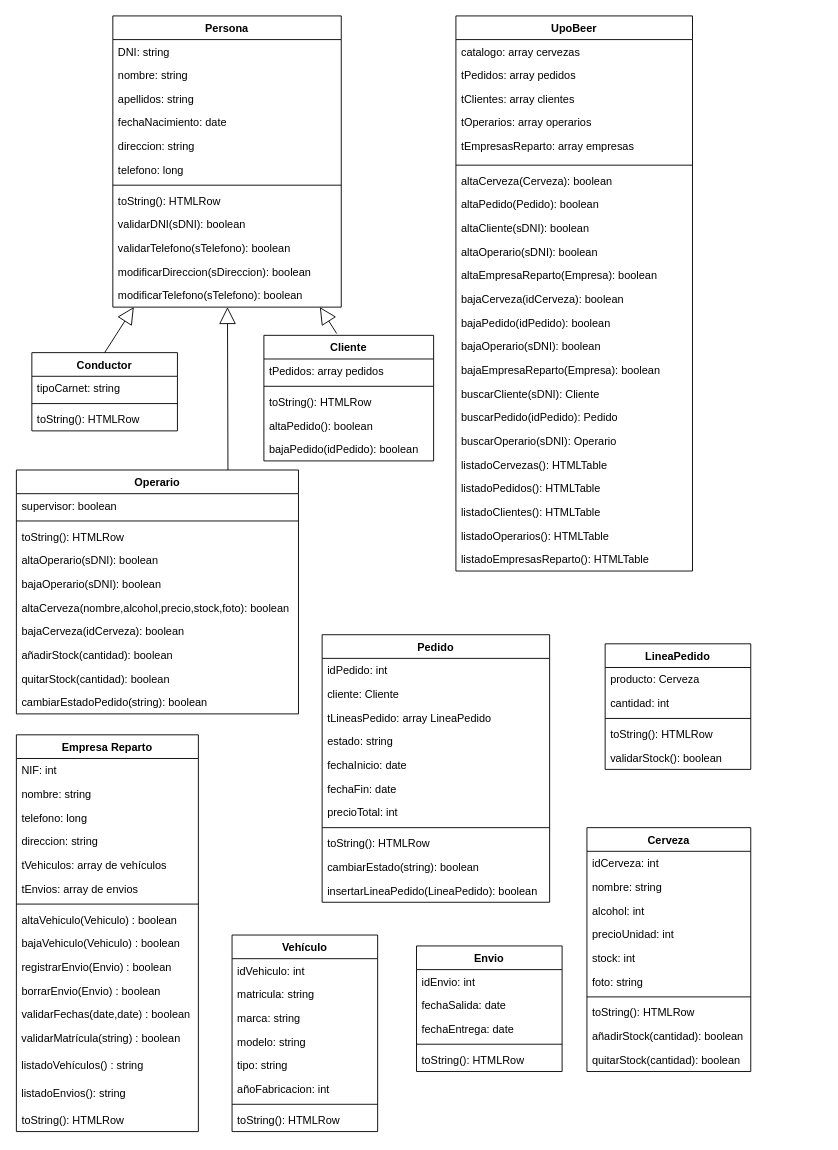
The draw.io diagram Untitled Diagram.drawio in iandreafh/UpoBeer, before the edit. Source tidied: cells renumbered, new cells numbered last; positions are measured from the earlier drawing's top-left corner, leaving out a move shared by most shapes. Both pictures are drawn from the tidied source at 91%, with x=0, y=0 at pixel (15, 15).
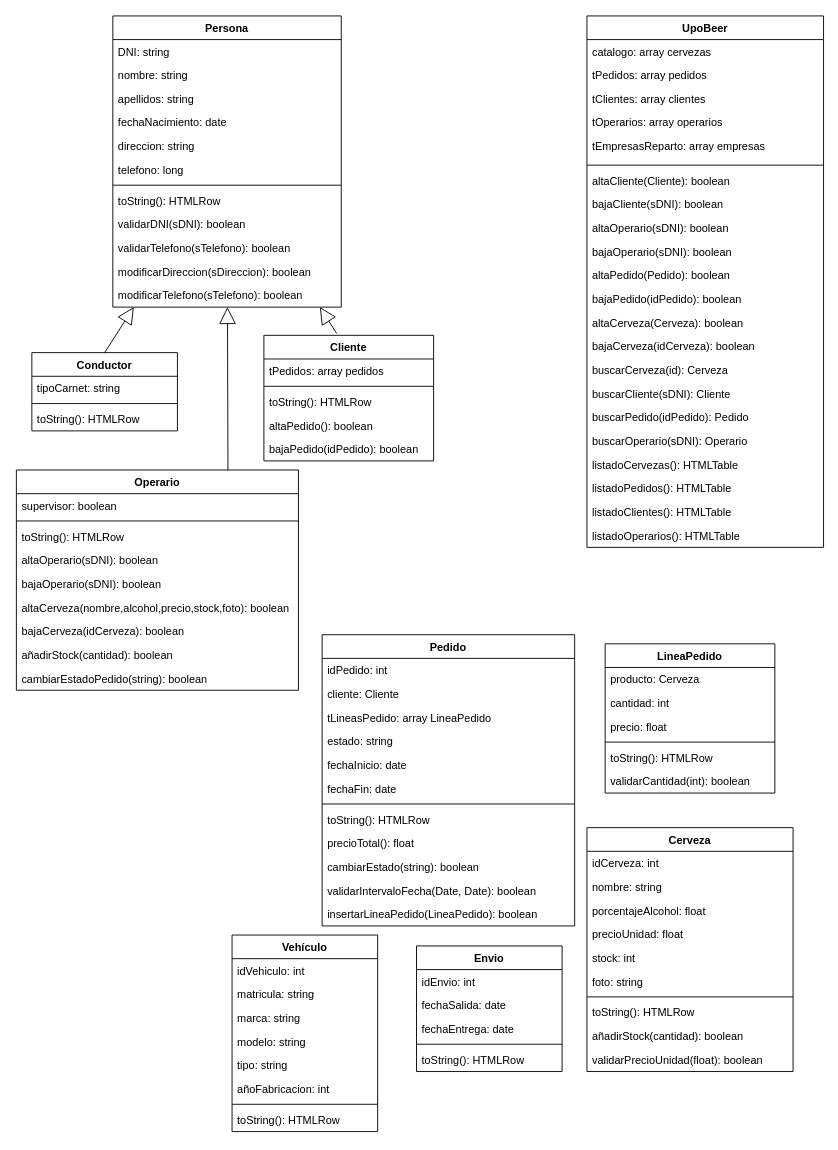
The same diagram, later.

Change to the diagram source:
```diff
@@
     <mxCell id="9" value="Pedido" style="swimlane;fontStyle=1;align=center;verticalAlign=top;horizontal=1;startSize=26;" parent="1" vertex="1">
-      <mxGeometry x="336.5" y="680" width="250" height="294" as="geometry" />
+      <mxGeometry x="336.5" y="680" width="277.5" height="320" as="geometry" />
     </mxCell>
     <mxCell id="10" value="idPedido: int" style="text;strokeColor=none;fillColor=none;align=left;verticalAlign=top;spacingLeft=4;spacingRight=4;overflow=hidden;" parent="9" vertex="1">
-      <mxGeometry y="26" width="250" height="26" as="geometry" />
+      <mxGeometry y="26" width="277.5" height="26" as="geometry" />
     </mxCell>
     <mxCell id="11" value="cliente: Cliente" style="text;strokeColor=none;fillColor=none;align=left;verticalAlign=top;spacingLeft=4;spacingRight=4;overflow=hidden;" parent="9" vertex="1">
-      <mxGeometry y="52" width="250" height="26" as="geometry" />
+      <mxGeometry y="52" width="277.5" height="26" as="geometry" />
     </mxCell>
     <mxCell id="12" value="tLineasPedido: array LineaPedido" style="text;strokeColor=none;fillColor=none;align=left;verticalAlign=top;spacingLeft=4;spacingRight=4;overflow=hidden;" parent="9" vertex="1">
-      <mxGeometry y="78" width="250" height="26" as="geometry" />
+      <mxGeometry y="78" width="277.5" height="26" as="geometry" />
     </mxCell>
     <mxCell id="13" value="estado: string" style="text;strokeColor=none;fillColor=none;align=left;verticalAlign=top;spacingLeft=4;spacingRight=4;overflow=hidden;" parent="9" vertex="1">
-      <mxGeometry y="104" width="250" height="26" as="geometry" />
+      <mxGeometry y="104" width="277.5" height="26" as="geometry" />
     </mxCell>
     <mxCell id="14" value="fechaInicio: date" style="text;strokeColor=none;fillColor=none;align=left;verticalAlign=top;spacingLeft=4;spacingRight=4;overflow=hidden;" parent="9" vertex="1">
-      <mxGeometry y="130" width="250" height="26" as="geometry" />
+      <mxGeometry y="130" width="277.5" height="26" as="geometry" />
     </mxCell>
     <mxCell id="15" value="fechaFin: date" style="text;strokeColor=none;fillColor=none;align=left;verticalAlign=top;spacingLeft=4;spacingRight=4;overflow=hidden;" parent="9" vertex="1">
-      <mxGeometry y="156" width="250" height="26" as="geometry" />
+      <mxGeometry y="156" width="277.5" height="26" as="geometry" />
     </mxCell>
-    <mxCell id="16" value="precioTotal: int" style="text;strokeColor=none;fillColor=none;align=left;verticalAlign=top;spacingLeft=4;spacingRight=4;overflow=hidden;" parent="9" vertex="1">
-      <mxGeometry y="182" width="250" height="26" as="geometry" />
-    </mxCell>
     <mxCell id="17" style="line;strokeWidth=1;fillColor=none;align=left;verticalAlign=middle;spacingTop=-1;spacingLeft=3;spacingRight=3;labelPosition=right;" parent="9" vertex="1">
-      <mxGeometry y="208" width="250" height="8" as="geometry" />
+      <mxGeometry y="182" width="277.5" height="8" as="geometry" />
     </mxCell>
     <mxCell id="18" value="toString(): HTMLRow" style="text;strokeColor=none;fillColor=none;align=left;verticalAlign=top;spacingLeft=4;spacingRight=4;overflow=hidden;" parent="9" vertex="1">
-      <mxGeometry y="216" width="250" height="26" as="geometry" />
+      <mxGeometry y="190" width="277.5" height="26" as="geometry" />
     </mxCell>
+    <mxCell id="16" value="precioTotal(): float" style="text;strokeColor=none;fillColor=none;align=left;verticalAlign=top;spacingLeft=4;spacingRight=4;overflow=hidden;" parent="9" vertex="1">
+      <mxGeometry y="216" width="277.5" height="26" as="geometry" />
+    </mxCell>
     <mxCell id="19" value="cambiarEstado(string): boolean" style="text;strokeColor=none;fillColor=none;align=left;verticalAlign=top;spacingLeft=4;spacingRight=4;overflow=hidden;" parent="9" vertex="1">
-      <mxGeometry y="242" width="250" height="26" as="geometry" />
+      <mxGeometry y="242" width="277.5" height="26" as="geometry" />
     </mxCell>
+    <mxCell id="124" value="validarIntervaloFecha(Date, Date): boolean" style="text;strokeColor=none;fillColor=none;align=left;verticalAlign=top;spacingLeft=4;spacingRight=4;overflow=hidden;" parent="9" vertex="1">
+      <mxGeometry y="268" width="277.5" height="26" as="geometry" />
+    </mxCell>
     <mxCell id="20" value="insertarLineaPedido(LineaPedido): boolean" style="text;strokeColor=none;fillColor=none;align=left;verticalAlign=top;spacingLeft=4;spacingRight=4;overflow=hidden;" parent="9" vertex="1">
-      <mxGeometry y="268" width="250" height="26" as="geometry" />
+      <mxGeometry y="294" width="277.5" height="26" as="geometry" />
     </mxCell>
     <mxCell id="21" value="UpoBeer" style="swimlane;fontStyle=1;align=center;verticalAlign=top;horizontal=1;startSize=26;" parent="1" vertex="1">
-      <mxGeometry x="483.5" width="260" height="610" as="geometry" />
+      <mxGeometry x="627.5" width="260" height="584" as="geometry" />
     </mxCell>
@@
+    <mxCell id="30" value="altaCliente(Cliente): boolean" style="text;strokeColor=none;fillColor=none;align=left;verticalAlign=top;spacingLeft=4;spacingRight=4;overflow=hidden;" parent="21" vertex="1">
+      <mxGeometry y="168" width="260" height="26" as="geometry" />
+    </mxCell>
+    <mxCell id="125" value="bajaCliente(sDNI): boolean" style="text;strokeColor=none;fillColor=none;align=left;verticalAlign=top;spacingLeft=4;spacingRight=4;overflow=hidden;" parent="21" vertex="1">
+      <mxGeometry y="194" width="260" height="26" as="geometry" />
+    </mxCell>
+    <mxCell id="31" value="altaOperario(sDNI): boolean" style="text;strokeColor=none;fillColor=none;align=left;verticalAlign=top;spacingLeft=4;spacingRight=4;overflow=hidden;" parent="21" vertex="1">
+      <mxGeometry y="220" width="260" height="26" as="geometry" />
+    </mxCell>
+    <mxCell id="35" value="bajaOperario(sDNI): boolean" style="text;strokeColor=none;fillColor=none;align=left;verticalAlign=top;spacingLeft=4;spacingRight=4;overflow=hidden;" parent="21" vertex="1">
+      <mxGeometry y="246" width="260" height="26" as="geometry" />
+    </mxCell>
+    <mxCell id="29" value="altaPedido(Pedido): boolean" style="text;strokeColor=none;fillColor=none;align=left;verticalAlign=top;spacingLeft=4;spacingRight=4;overflow=hidden;" parent="21" vertex="1">
+      <mxGeometry y="272" width="260" height="26" as="geometry" />
+    </mxCell>
+    <mxCell id="34" value="bajaPedido(idPedido): boolean" style="text;strokeColor=none;fillColor=none;align=left;verticalAlign=top;spacingLeft=4;spacingRight=4;overflow=hidden;" parent="21" vertex="1">
+      <mxGeometry y="298" width="260" height="26" as="geometry" />
+    </mxCell>
     <mxCell id="28" value="altaCerveza(Cerveza): boolean" style="text;strokeColor=none;fillColor=none;align=left;verticalAlign=top;spacingLeft=4;spacingRight=4;overflow=hidden;" parent="21" vertex="1">
-      <mxGeometry y="168" width="260" height="26" as="geometry" />
+      <mxGeometry y="324" width="260" height="26" as="geometry" />
     </mxCell>
-    <mxCell id="29" value="altaPedido(Pedido): boolean" style="text;strokeColor=none;fillColor=none;align=left;verticalAlign=top;spacingLeft=4;spacingRight=4;overflow=hidden;" parent="21" vertex="1">
-      <mxGeometry y="194" width="260" height="26" as="geometry" />
-    </mxCell>
-    <mxCell id="30" value="altaCliente(sDNI): boolean" style="text;strokeColor=none;fillColor=none;align=left;verticalAlign=top;spacingLeft=4;spacingRight=4;overflow=hidden;" parent="21" vertex="1">
-      <mxGeometry y="220" width="260" height="26" as="geometry" />
-    </mxCell>
-    <mxCell id="31" value="altaOperario(sDNI): boolean" style="text;strokeColor=none;fillColor=none;align=left;verticalAlign=top;spacingLeft=4;spacingRight=4;overflow=hidden;" parent="21" vertex="1">
-      <mxGeometry y="246" width="260" height="26" as="geometry" />
-    </mxCell>
-    <mxCell id="32" value="altaEmpresaReparto(Empresa): boolean" style="text;strokeColor=none;fillColor=none;align=left;verticalAlign=top;spacingLeft=4;spacingRight=4;overflow=hidden;" parent="21" vertex="1">
-      <mxGeometry y="272" width="260" height="26" as="geometry" />
-    </mxCell>
     <mxCell id="33" value="bajaCerveza(idCerveza): boolean" style="text;strokeColor=none;fillColor=none;align=left;verticalAlign=top;spacingLeft=4;spacingRight=4;overflow=hidden;" parent="21" vertex="1">
-      <mxGeometry y="298" width="260" height="26" as="geometry" />
+      <mxGeometry y="350" width="260" height="26" as="geometry" />
     </mxCell>
-    <mxCell id="34" value="bajaPedido(idPedido): boolean" style="text;strokeColor=none;fillColor=none;align=left;verticalAlign=top;spacingLeft=4;spacingRight=4;overflow=hidden;" parent="21" vertex="1">
-      <mxGeometry y="324" width="260" height="26" as="geometry" />
-    </mxCell>
-    <mxCell id="35" value="bajaOperario(sDNI): boolean" style="text;strokeColor=none;fillColor=none;align=left;verticalAlign=top;spacingLeft=4;spacingRight=4;overflow=hidden;" parent="21" vertex="1">
-      <mxGeometry y="350" width="260" height="26" as="geometry" />
-    </mxCell>
-    <mxCell id="36" value="bajaEmpresaReparto(Empresa): boolean" style="text;strokeColor=none;fillColor=none;align=left;verticalAlign=top;spacingLeft=4;spacingRight=4;overflow=hidden;" parent="21" vertex="1">
-      <mxGeometry y="376" width="260" height="26" as="geometry" />
-    </mxCell>
+    <mxCell id="126" value="buscarCerveza(id): Cerveza" style="text;strokeColor=none;fillColor=none;align=left;verticalAlign=top;spacingLeft=4;spacingRight=4;overflow=hidden;" parent="21" vertex="1">
+      <mxGeometry y="376" width="260" height="26" as="geometry" />
+    </mxCell>
@@
-    <mxCell id="44" value="listadoEmpresasReparto(): HTMLTable" style="text;strokeColor=none;fillColor=none;align=left;verticalAlign=top;spacingLeft=4;spacingRight=4;overflow=hidden;" parent="21" vertex="1">
-      <mxGeometry y="584" width="260" height="26" as="geometry" />
-    </mxCell>
     <mxCell id="45" value="Cerveza" style="swimlane;fontStyle=1;align=center;verticalAlign=top;horizontal=1;startSize=26;" parent="1" vertex="1">
-      <mxGeometry x="627.5" y="892" width="180" height="268" as="geometry" />
+      <mxGeometry x="627.5" y="892" width="226.5" height="268" as="geometry" />
     </mxCell>
     <mxCell id="46" value="idCerveza: int" style="text;strokeColor=none;fillColor=none;align=left;verticalAlign=top;spacingLeft=4;spacingRight=4;overflow=hidden;" parent="45" vertex="1">
-      <mxGeometry y="26" width="180" height="26" as="geometry" />
+      <mxGeometry y="26" width="226.5" height="26" as="geometry" />
     </mxCell>
     <mxCell id="47" value="nombre: string" style="text;strokeColor=none;fillColor=none;align=left;verticalAlign=top;spacingLeft=4;spacingRight=4;overflow=hidden;" parent="45" vertex="1">
-      <mxGeometry y="52" width="180" height="26" as="geometry" />
+      <mxGeometry y="52" width="226.5" height="26" as="geometry" />
     </mxCell>
-    <mxCell id="48" value="alcohol: int" style="text;strokeColor=none;fillColor=none;align=left;verticalAlign=top;spacingLeft=4;spacingRight=4;overflow=hidden;" parent="45" vertex="1">
-      <mxGeometry y="78" width="180" height="26" as="geometry" />
+    <mxCell id="48" value="porcentajeAlcohol: float" style="text;strokeColor=none;fillColor=none;align=left;verticalAlign=top;spacingLeft=4;spacingRight=4;overflow=hidden;" parent="45" vertex="1">
+      <mxGeometry y="78" width="226.5" height="26" as="geometry" />
     </mxCell>
-    <mxCell id="49" value="precioUnidad: int" style="text;strokeColor=none;fillColor=none;align=left;verticalAlign=top;spacingLeft=4;spacingRight=4;overflow=hidden;" parent="45" vertex="1">
-      <mxGeometry y="104" width="180" height="26" as="geometry" />
+    <mxCell id="49" value="precioUnidad: float" style="text;strokeColor=none;fillColor=none;align=left;verticalAlign=top;spacingLeft=4;spacingRight=4;overflow=hidden;" parent="45" vertex="1">
+      <mxGeometry y="104" width="226.5" height="26" as="geometry" />
     </mxCell>
     <mxCell id="50" value="stock: int" style="text;strokeColor=none;fillColor=none;align=left;verticalAlign=top;spacingLeft=4;spacingRight=4;overflow=hidden;" parent="45" vertex="1">
-      <mxGeometry y="130" width="180" height="26" as="geometry" />
+      <mxGeometry y="130" width="226.5" height="26" as="geometry" />
     </mxCell>
     <mxCell id="51" value="foto: string" style="text;strokeColor=none;fillColor=none;align=left;verticalAlign=top;spacingLeft=4;spacingRight=4;overflow=hidden;" parent="45" vertex="1">
-      <mxGeometry y="156" width="180" height="26" as="geometry" />
+      <mxGeometry y="156" width="226.5" height="26" as="geometry" />
     </mxCell>
     <mxCell id="52" style="line;strokeWidth=1;fillColor=none;align=left;verticalAlign=middle;spacingTop=-1;spacingLeft=3;spacingRight=3;labelPosition=right;" parent="45" vertex="1">
-      <mxGeometry y="182" width="180" height="8" as="geometry" />
+      <mxGeometry y="182" width="226.5" height="8" as="geometry" />
     </mxCell>
     <mxCell id="53" value="toString(): HTMLRow" style="text;strokeColor=none;fillColor=none;align=left;verticalAlign=top;spacingLeft=4;spacingRight=4;overflow=hidden;" parent="45" vertex="1">
-      <mxGeometry y="190" width="180" height="26" as="geometry" />
+      <mxGeometry y="190" width="226.5" height="26" as="geometry" />
     </mxCell>
     <mxCell id="54" value="añadirStock(cantidad): boolean" style="text;strokeColor=none;fillColor=none;align=left;verticalAlign=top;spacingLeft=4;spacingRight=4;overflow=hidden;" parent="45" vertex="1">
-      <mxGeometry y="216" width="180" height="26" as="geometry" />
+      <mxGeometry y="216" width="226.5" height="26" as="geometry" />
     </mxCell>
-    <mxCell id="55" value="quitarStock(cantidad): boolean" style="text;strokeColor=none;fillColor=none;align=left;verticalAlign=top;spacingLeft=4;spacingRight=4;overflow=hidden;" parent="45" vertex="1">
-      <mxGeometry y="242" width="180" height="26" as="geometry" />
+    <mxCell id="55" value="validarPrecioUnidad(float): boolean" style="text;strokeColor=none;fillColor=none;align=left;verticalAlign=top;spacingLeft=4;spacingRight=4;overflow=hidden;" parent="45" vertex="1">
+      <mxGeometry y="242" width="226.5" height="26" as="geometry" />
     </mxCell>
     <mxCell id="56" value="Operario" style="swimlane;fontStyle=1;align=center;verticalAlign=top;horizontal=1;startSize=26;" parent="1" vertex="1">
-      <mxGeometry x="0.5" y="499" width="310" height="268" as="geometry" />
+      <mxGeometry x="0.5" y="499" width="310" height="242" as="geometry" />
     </mxCell>
@@
-    <mxCell id="65" value="quitarStock(cantidad): boolean" style="text;strokeColor=none;fillColor=none;align=left;verticalAlign=top;spacingLeft=4;spacingRight=4;overflow=hidden;" parent="56" vertex="1">
-      <mxGeometry y="216" width="310" height="26" as="geometry" />
-    </mxCell>
     <mxCell id="66" value="cambiarEstadoPedido(string): boolean" style="text;strokeColor=none;fillColor=none;align=left;verticalAlign=top;spacingLeft=4;spacingRight=4;overflow=hidden;" parent="56" vertex="1">
-      <mxGeometry y="242" width="310" height="26" as="geometry" />
+      <mxGeometry y="216" width="310" height="26" as="geometry" />
     </mxCell>
@@
-    <mxCell id="71" value="Empresa Reparto" style="swimlane;fontStyle=1;align=center;verticalAlign=top;horizontal=1;startSize=26;" parent="1" vertex="1">
-      <mxGeometry x="0.5" y="790" width="200" height="436" as="geometry" />
-    </mxCell>
-    <mxCell id="72" value="NIF: int" style="text;strokeColor=none;fillColor=none;align=left;verticalAlign=top;spacingLeft=4;spacingRight=4;overflow=hidden;" parent="71" vertex="1">
-      <mxGeometry y="26" width="200" height="26" as="geometry" />
-    </mxCell>
-    <mxCell id="73" value="nombre: string" style="text;strokeColor=none;fillColor=none;align=left;verticalAlign=top;spacingLeft=4;spacingRight=4;overflow=hidden;" parent="71" vertex="1">
-      <mxGeometry y="52" width="200" height="26" as="geometry" />
-    </mxCell>
-    <mxCell id="74" value="telefono: long" style="text;strokeColor=none;fillColor=none;align=left;verticalAlign=top;spacingLeft=4;spacingRight=4;overflow=hidden;" parent="71" vertex="1">
-      <mxGeometry y="78" width="200" height="26" as="geometry" />
-    </mxCell>
-    <mxCell id="75" value="direccion: string" style="text;strokeColor=none;fillColor=none;align=left;verticalAlign=top;spacingLeft=4;spacingRight=4;overflow=hidden;" parent="71" vertex="1">
-      <mxGeometry y="104" width="200" height="26" as="geometry" />
-    </mxCell>
-    <mxCell id="76" value="tVehiculos: array de vehículos" style="text;strokeColor=none;fillColor=none;align=left;verticalAlign=top;spacingLeft=4;spacingRight=4;overflow=hidden;" parent="71" vertex="1">
-      <mxGeometry y="130" width="200" height="26" as="geometry" />
-    </mxCell>
-    <mxCell id="77" value="tEnvios: array de envios&#10;" style="text;strokeColor=none;fillColor=none;align=left;verticalAlign=top;spacingLeft=4;spacingRight=4;overflow=hidden;" parent="71" vertex="1">
-      <mxGeometry y="156" width="200" height="26" as="geometry" />
-    </mxCell>
-    <mxCell id="78" style="line;strokeWidth=1;fillColor=none;align=left;verticalAlign=middle;spacingTop=-1;spacingLeft=3;spacingRight=3;labelPosition=right;" parent="71" vertex="1">
-      <mxGeometry y="182" width="200" height="8" as="geometry" />
-    </mxCell>
-    <mxCell id="79" value="altaVehiculo(Vehiculo) : boolean&#10;&#10;" style="text;strokeColor=none;fillColor=none;align=left;verticalAlign=top;spacingLeft=4;spacingRight=4;overflow=hidden;" parent="71" vertex="1">
-      <mxGeometry y="190" width="200" height="26" as="geometry" />
-    </mxCell>
-    <mxCell id="80" value="bajaVehiculo(Vehiculo) : boolean&#10;" style="text;strokeColor=none;fillColor=none;align=left;verticalAlign=top;spacingLeft=4;spacingRight=4;overflow=hidden;" parent="71" vertex="1">
-      <mxGeometry y="216" width="200" height="26" as="geometry" />
-    </mxCell>
-    <mxCell id="81" value="registrarEnvio(Envio) : boolean&#10;" style="text;strokeColor=none;fillColor=none;align=left;verticalAlign=top;spacingLeft=4;spacingRight=4;overflow=hidden;" parent="71" vertex="1">
-      <mxGeometry y="242" width="200" height="26" as="geometry" />
-    </mxCell>
-    <mxCell id="82" value="borrarEnvio(Envio) : boolean&#10;" style="text;strokeColor=none;fillColor=none;align=left;verticalAlign=top;spacingLeft=4;spacingRight=4;overflow=hidden;" parent="71" vertex="1">
-      <mxGeometry y="268" width="200" height="26" as="geometry" />
-    </mxCell>
-    <mxCell id="83" value="validarFechas(date,date) : boolean&#10;" style="text;strokeColor=none;fillColor=none;align=left;verticalAlign=top;spacingLeft=4;spacingRight=4;overflow=hidden;" parent="71" vertex="1">
-      <mxGeometry y="294" width="200" height="26" as="geometry" />
-    </mxCell>
-    <mxCell id="84" value="&amp;nbsp;validarMatrícula(string) : boolean" style="text;html=1;" parent="71" vertex="1">
-      <mxGeometry y="320" width="200" height="30" as="geometry" />
-    </mxCell>
-    <mxCell id="85" value="&amp;nbsp;listadoVehículos() : string" style="text;html=1;" parent="71" vertex="1">
-      <mxGeometry y="350" width="200" height="30" as="geometry" />
-    </mxCell>
-    <mxCell id="86" value="&amp;nbsp;listadoEnvios(): string" style="text;html=1;" parent="71" vertex="1">
-      <mxGeometry y="380" width="200" height="30" as="geometry" />
-    </mxCell>
-    <mxCell id="87" value="toString(): HTMLRow" style="text;strokeColor=none;fillColor=none;align=left;verticalAlign=top;spacingLeft=4;spacingRight=4;overflow=hidden;" parent="71" vertex="1">
-      <mxGeometry y="410" width="200" height="26" as="geometry" />
-    </mxCell>
@@
     <mxCell id="118" value="LineaPedido" style="swimlane;fontStyle=1;align=center;verticalAlign=top;horizontal=1;startSize=26;" parent="1" vertex="1">
-      <mxGeometry x="647.5" y="690" width="160" height="138" as="geometry" />
+      <mxGeometry x="647.5" y="690" width="186.5" height="164" as="geometry" />
     </mxCell>
     <mxCell id="119" value="producto: Cerveza" style="text;strokeColor=none;fillColor=none;align=left;verticalAlign=top;spacingLeft=4;spacingRight=4;overflow=hidden;" parent="118" vertex="1">
-      <mxGeometry y="26" width="160" height="26" as="geometry" />
+      <mxGeometry y="26" width="186.5" height="26" as="geometry" />
     </mxCell>
     <mxCell id="120" value="cantidad: int" style="text;strokeColor=none;fillColor=none;align=left;verticalAlign=top;spacingLeft=4;spacingRight=4;overflow=hidden;" parent="118" vertex="1">
-      <mxGeometry y="52" width="160" height="26" as="geometry" />
+      <mxGeometry y="52" width="186.5" height="26" as="geometry" />
     </mxCell>
+    <mxCell id="127" value="precio: float" style="text;strokeColor=none;fillColor=none;align=left;verticalAlign=top;spacingLeft=4;spacingRight=4;overflow=hidden;" parent="118" vertex="1">
+      <mxGeometry y="78" width="186.5" height="26" as="geometry" />
+    </mxCell>
     <mxCell id="121" style="line;strokeWidth=1;fillColor=none;align=left;verticalAlign=middle;spacingTop=-1;spacingLeft=3;spacingRight=3;labelPosition=right;" parent="118" vertex="1">
-      <mxGeometry y="78" width="160" height="8" as="geometry" />
+      <mxGeometry y="104" width="186.5" height="8" as="geometry" />
     </mxCell>
     <mxCell id="122" value="toString(): HTMLRow" style="text;strokeColor=none;fillColor=none;align=left;verticalAlign=top;spacingLeft=4;spacingRight=4;overflow=hidden;" parent="118" vertex="1">
-      <mxGeometry y="86" width="160" height="26" as="geometry" />
+      <mxGeometry y="112" width="186.5" height="26" as="geometry" />
     </mxCell>
-    <mxCell id="123" value="validarStock(): boolean" style="text;strokeColor=none;fillColor=none;align=left;verticalAlign=top;spacingLeft=4;spacingRight=4;overflow=hidden;" parent="118" vertex="1">
-      <mxGeometry y="112" width="160" height="26" as="geometry" />
+    <mxCell id="123" value="validarCantidad(int): boolean" style="text;strokeColor=none;fillColor=none;align=left;verticalAlign=top;spacingLeft=4;spacingRight=4;overflow=hidden;" parent="118" vertex="1">
+      <mxGeometry y="138" width="186.5" height="26" as="geometry" />
     </mxCell>
```
